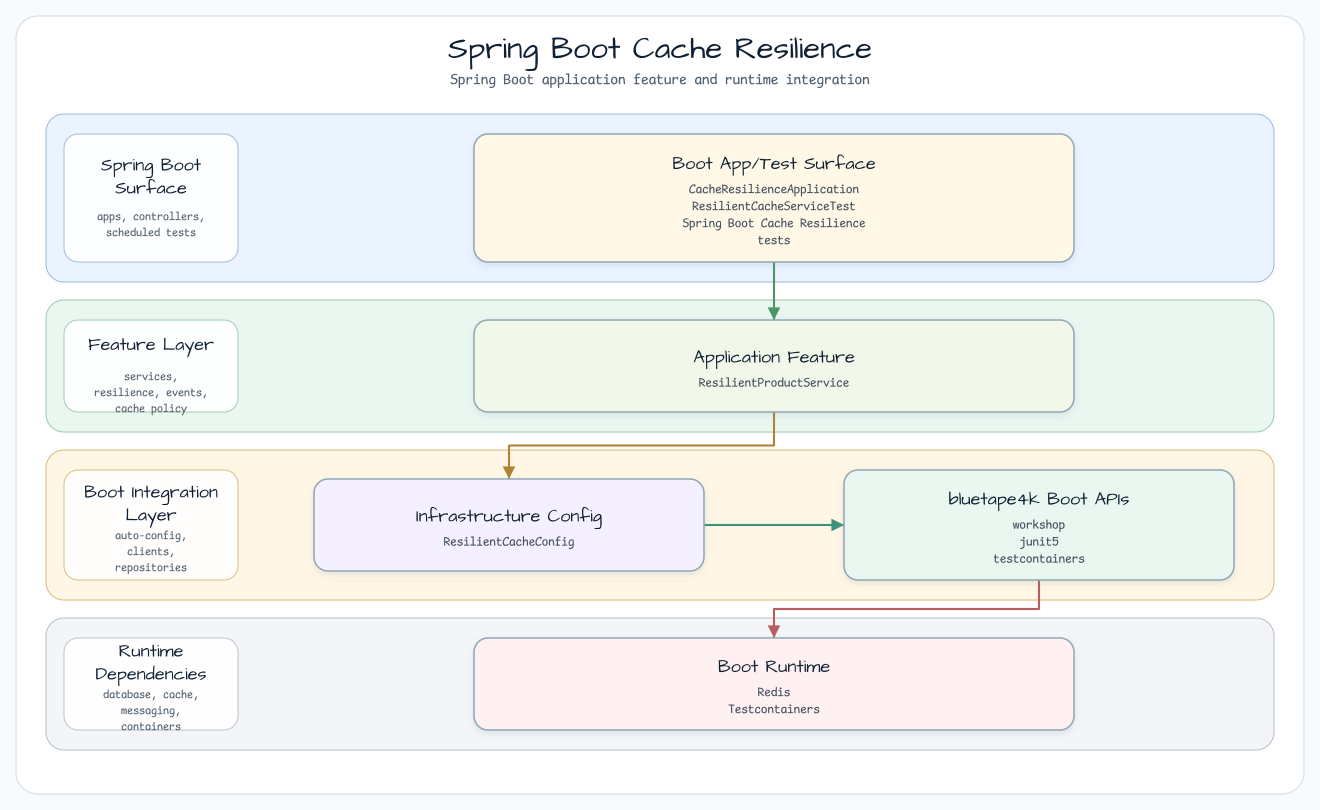
Earlier version of the Graphviz export docs/images/readme-diagrams/spring-boot-cache-resilience-readme-architecture-01.png (bluetape4k/bluetape4k-workshop). Its source is kept beside it as docs/images/readme-diagrams/spring-boot-cache-resilience-readme-architecture-01.dot.
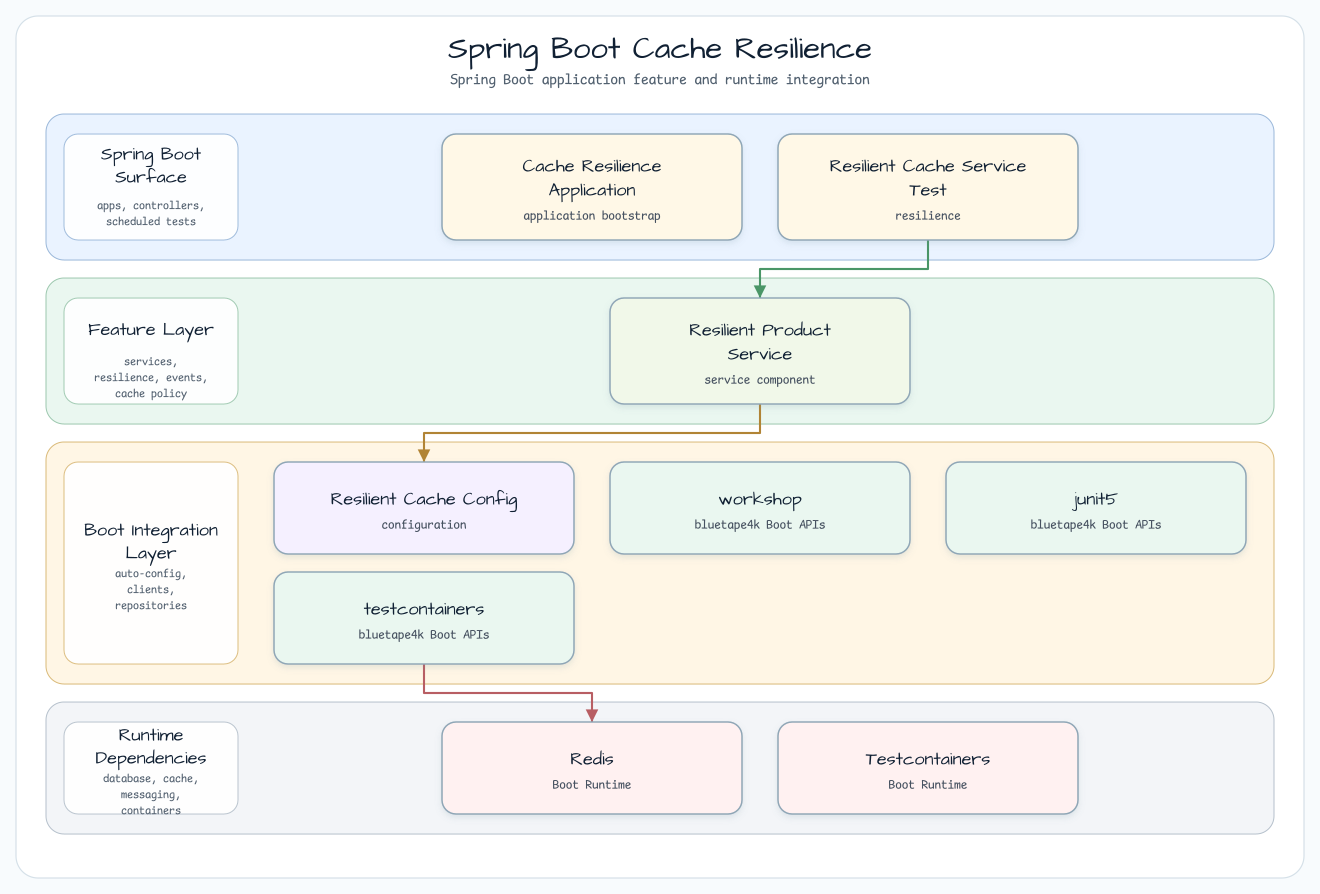
After the change.

Diff of the diagram source:
```diff
@@ -26,14 +26,17 @@
     fontsize=11
   ];
 
-  entry [label="Boot App/Test Surface\nCacheResilienceApplication\nResilientCacheServiceTest\nSpring Boot Cache Resilience\ntests", fillcolor="#FFF8E7"];
-  service [label="Application Feature\nResilientProductService", fillcolor="#F1F8E9"];
-  infra [label="Infrastructure Config\nResilientCacheConfig", fillcolor="#F5F0FF"];
-  bt [label="bluetape4k Boot APIs\nworkshop\njunit5\ntestcontainers", fillcolor="#EAF7F0"];
-  runtime [label="Boot Runtime\nRedis\nTestcontainers", fillcolor="#FFF1F1"];
+  entry0 [label="Cache Resilience Application\napplication bootstrap", fillcolor="#FFF8E7"];
+  entry1 [label="Resilient Cache Service Test\nresilience", fillcolor="#FFF8E7"];
+  service0 [label="Resilient Product Service\nservice component", fillcolor="#F1F8E9"];
+  infra0 [label="Resilient Cache Config\nconfiguration", fillcolor="#F5F0FF"];
+  bt0 [label="workshop\nbluetape4k Boot APIs", fillcolor="#EAF7F0"];
+  bt1 [label="junit5\nbluetape4k Boot APIs", fillcolor="#EAF7F0"];
+  bt2 [label="testcontainers\nbluetape4k Boot APIs", fillcolor="#EAF7F0"];
+  runtime0 [label="Redis\nBoot Runtime", fillcolor="#FFF1F1"];
+  runtime1 [label="Testcontainers\nBoot Runtime", fillcolor="#FFF1F1"];
 
-  entry -> service [label="delegates"];
-  service -> infra [label="persists / publishes"];
-  infra -> bt [label="extends"];
-  bt -> runtime [label="adapts"];
+  entry1 -> service0 [label="starts"];
+  service0 -> infra0 [label="persists / publishes"];
+  bt2 -> runtime0 [label="adapts"];
 }
```
